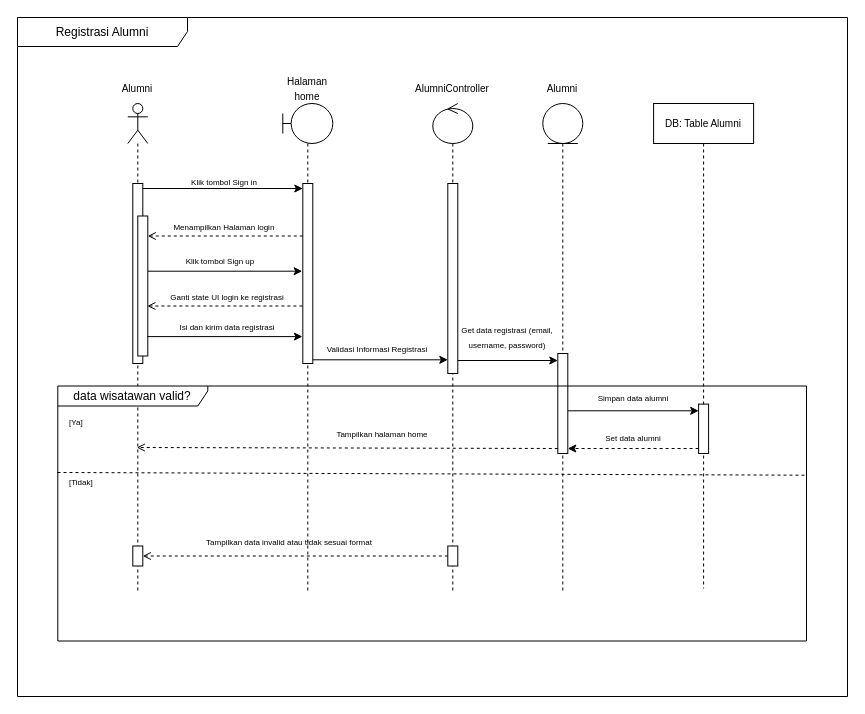
Earlier version of the draw.io diagram page "Seq D. Aktivasi" (9 of 13) of PBL5.drawio (agungsaraswati/diagram_pbl5). Source tidied: cells renumbered, new cells numbered last; positions are measured from the earlier drawing's top-left corner, leaving out a move shared by most shapes. Both pictures are drawn from the tidied source at 100%, with x=0, y=0 at pixel (17, 17).
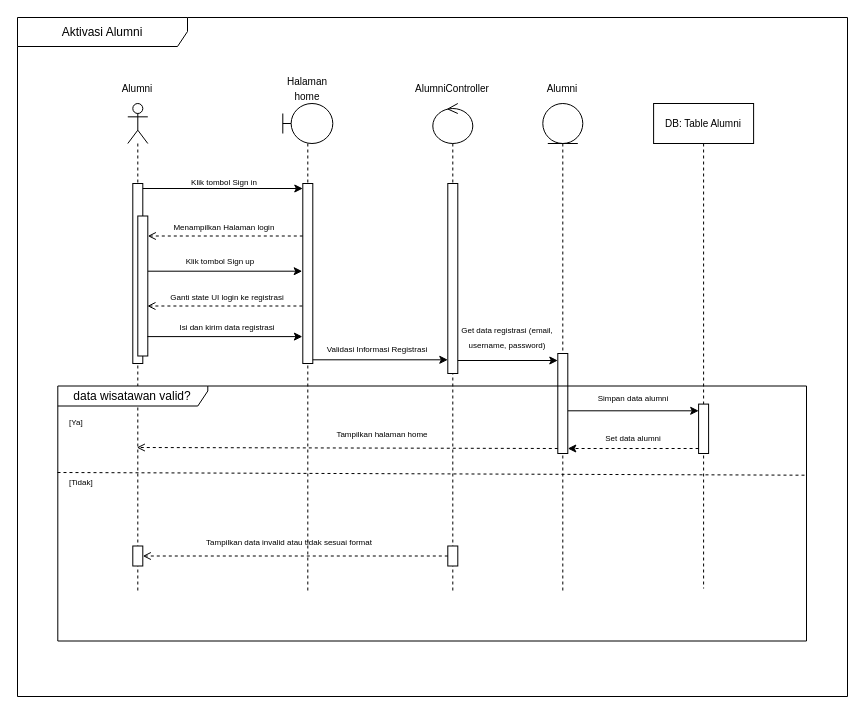
The same page after the edit.

Change to the diagram source:
```diff
@@
-    <mxCell id="34" value="Registrasi Alumni" style="shape=umlFrame;whiteSpace=wrap;html=1;width=170;height=29;" parent="1" vertex="1">
+    <mxCell id="34" value="Aktivasi Alumni" style="shape=umlFrame;whiteSpace=wrap;html=1;width=170;height=29;" parent="1" vertex="1">
       <mxGeometry width="830" height="679" as="geometry" />
     </mxCell>
```
